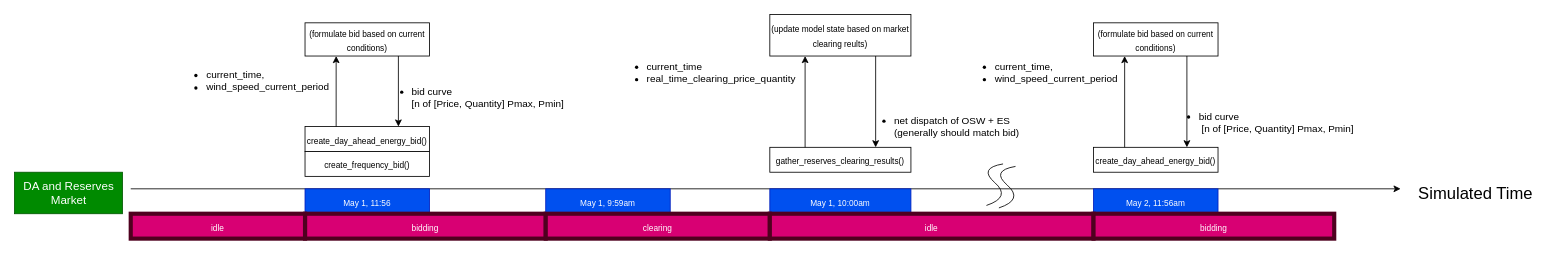
pnnl/cst keeps this draw.io diagram as docs/osw_da_reserves_market_timing.drawio. Above is the earlier version. Source tidied: cells renumbered, new cells numbered last; positions are measured from the earlier drawing's top-left corner, leaving out a move shared by most shapes. Both pictures are drawn from the tidied source at 83%, with x=0, y=0 at pixel (14, 14).
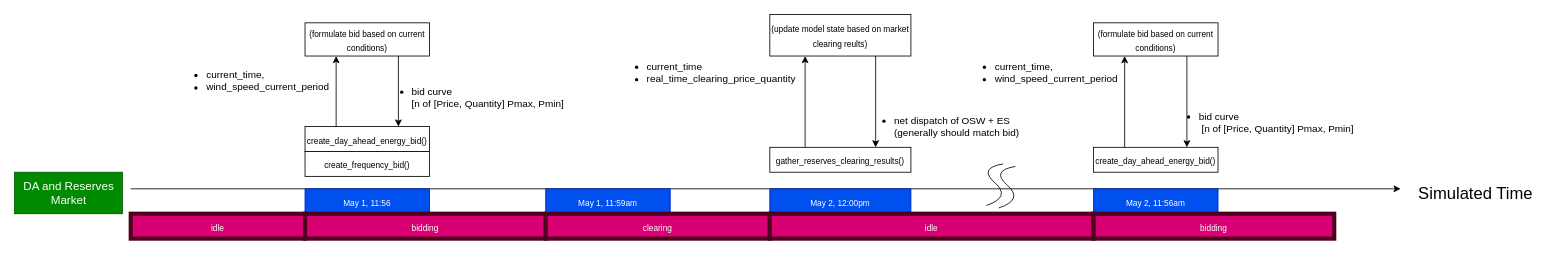
The same diagram, later.

Commit message (it also covers changes not shown here):
Minor corrections to timing diagrams

What changed in the source:
```diff
@@
-    <mxCell id="12" value="&lt;font size=&quot;1&quot;&gt;May 1, 10:00am&lt;/font&gt;" style="whiteSpace=wrap;html=1;fontSize=15;fillColor=#0050ef;fontColor=#ffffff;strokeColor=#001DBC;" parent="1" vertex="1">
+    <mxCell id="12" value="&lt;font size=&quot;1&quot;&gt;May 2, 12:00pm&lt;/font&gt;" style="whiteSpace=wrap;html=1;fontSize=15;fillColor=#0050ef;fontColor=#ffffff;strokeColor=#001DBC;" parent="1" vertex="1">
       <mxGeometry x="910" y="210" width="170" height="30" as="geometry" />
     </mxCell>
@@
-    <mxCell id="27" value="&lt;font size=&quot;1&quot;&gt;May 1, 9:59am&lt;/font&gt;" style="whiteSpace=wrap;html=1;fontSize=15;fillColor=#0050ef;fontColor=#ffffff;strokeColor=#001DBC;" parent="1" vertex="1">
+    <mxCell id="27" value="&lt;font size=&quot;1&quot;&gt;May 1, 11:59am&lt;/font&gt;" style="whiteSpace=wrap;html=1;fontSize=15;fillColor=#0050ef;fontColor=#ffffff;strokeColor=#001DBC;" parent="1" vertex="1">
       <mxGeometry x="640" y="210" width="150" height="30" as="geometry" />
     </mxCell>
```
